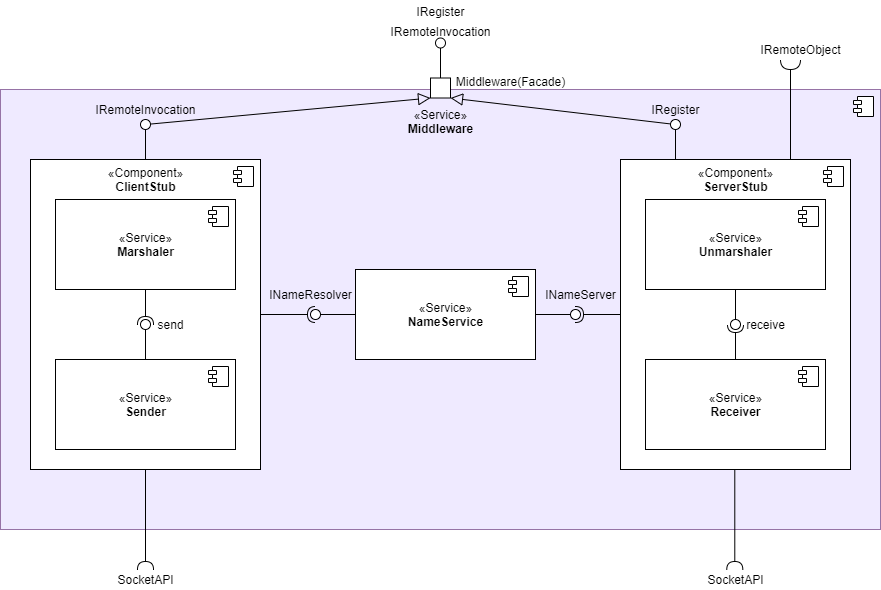
Above: Doku/images/Middleware_Ebene2.png in KjellooMelloo/gameoftrons (draw.io), before the change. Source tidied: cells renumbered, new cells last; positions are measured from the earlier drawing's top-left corner, leaving out a move shared by most shapes.
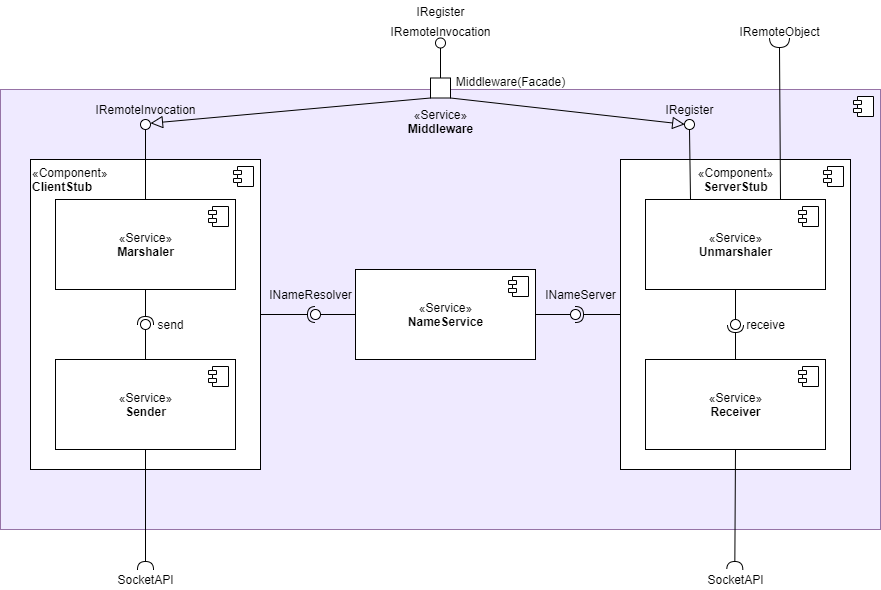
After the change.

What changed in the source:
```diff
@@ -18,7 +18,7 @@
         <mxPoint x="-27" y="7" as="offset" />
       </mxGeometry>
     </mxCell>
-    <mxCell id="6" value="«Component»&lt;br&gt;&lt;b&gt;ClientStub&lt;/b&gt;" style="html=1;strokeWidth=1;fontSize=12;verticalAlign=top;" parent="1" vertex="1">
+    <mxCell id="6" value="«Component»&lt;br&gt;&lt;b&gt;ClientStub&lt;/b&gt;" style="html=1;strokeWidth=1;fontSize=12;verticalAlign=top;align=left;" parent="1" vertex="1">
       <mxGeometry x="30" y="159" width="230" height="310" as="geometry" />
     </mxCell>
     <mxCell id="7" style="shape=component;jettyWidth=8;jettyHeight=4;" parent="6" vertex="1">
@@ -58,13 +58,13 @@
         <mxPoint x="-27" y="7" as="offset" />
       </mxGeometry>
     </mxCell>
-    <mxCell id="16" style="edgeStyle=none;rounded=0;jettySize=auto;html=1;entryX=0;entryY=1;entryDx=0;entryDy=0;endArrow=block;endFill=0;endSize=10;" parent="1" edge="1" source="17" target="50">
+    <mxCell id="16" style="edgeStyle=none;rounded=0;jettySize=auto;html=1;entryX=0.998;entryY=0.373;entryDx=0;entryDy=0;endArrow=block;endFill=0;endSize=10;exitX=0;exitY=1;exitDx=0;exitDy=0;entryPerimeter=0;" parent="1" edge="1" source="50" target="17">
       <mxGeometry relative="1" as="geometry" />
     </mxCell>
     <mxCell id="17" style="ellipse;whiteSpace=wrap;html=1;fontFamily=Helvetica;fontSize=12;fontColor=#000000;align=center;strokeColor=#000000;fillColor=#ffffff;points=[];spacing=2;strokeWidth=1;" parent="1" vertex="1">
       <mxGeometry x="140" y="119" width="10" height="10" as="geometry" />
     </mxCell>
-    <mxCell id="18" style="rounded=0;jettySize=auto;html=1;endArrow=none;endFill=0;exitX=0.5;exitY=0;exitDx=0;exitDy=0;entryX=0.5;entryY=1;entryDx=0;entryDy=0;entryPerimeter=0;" parent="1" edge="1" source="6" target="17">
+    <mxCell id="18" style="rounded=0;jettySize=auto;html=1;endArrow=none;endFill=0;exitX=0.5;exitY=0;exitDx=0;exitDy=0;entryX=0.5;entryY=1;entryDx=0;entryDy=0;entryPerimeter=0;" parent="1" edge="1" source="8" target="17">
       <mxGeometry relative="1" as="geometry" />
     </mxCell>
     <mxCell id="19" value="IRemoteInvocation" style="text;html=1;align=center;verticalAlign=middle;fontSize=12;" parent="1" vertex="1">
@@ -94,7 +94,7 @@
     <mxCell id="27" value="receive" style="text;html=1;align=center;verticalAlign=middle;fontSize=12;" parent="1" vertex="1">
       <mxGeometry x="740" y="314" width="50" height="20" as="geometry" />
     </mxCell>
-    <mxCell id="28" style="rounded=0;jettySize=auto;html=1;endArrow=halfCircle;endFill=0;endSize=6;strokeWidth=1;fontSize=12;exitX=0.5;exitY=1;exitDx=0;exitDy=0;" parent="1" edge="1" source="6">
+    <mxCell id="28" style="rounded=0;jettySize=auto;html=1;endArrow=halfCircle;endFill=0;endSize=6;strokeWidth=1;fontSize=12;exitX=0.5;exitY=1;exitDx=0;exitDy=0;" parent="1" edge="1" source="12">
       <mxGeometry relative="1" as="geometry">
         <mxPoint x="145" y="569" as="targetPoint" />
       </mxGeometry>
@@ -103,30 +103,25 @@
       <mxGeometry x="110" y="569" width="70" height="20" as="geometry" />
     </mxCell>
     <mxCell id="30" value="IRegister" style="text;html=1;align=center;verticalAlign=middle;fontSize=12;" parent="1" vertex="1">
-      <mxGeometry x="645" y="99" width="60" height="20" as="geometry" />
+      <mxGeometry x="659" y="99" width="60" height="20" as="geometry" />
     </mxCell>
-    <mxCell id="31" style="rounded=0;jettySize=auto;html=1;endArrow=none;endFill=0;exitX=0.5;exitY=0;exitDx=0;exitDy=0;entryX=0.5;entryY=1;entryDx=0;entryDy=0;entryPerimeter=0;" parent="1" edge="1" target="33">
-      <mxGeometry relative="1" as="geometry">
-        <mxPoint x="675" y="159" as="sourcePoint" />
-      </mxGeometry>
+    <mxCell id="31" style="rounded=0;jettySize=auto;html=1;endArrow=none;endFill=0;exitX=0.25;exitY=0;exitDx=0;exitDy=0;entryX=0.5;entryY=1;entryDx=0;entryDy=0;entryPerimeter=0;" parent="1" edge="1" source="10" target="33">
+      <mxGeometry relative="1" as="geometry" />
     </mxCell>
-    <mxCell id="32" style="edgeStyle=none;rounded=0;jettySize=auto;html=1;entryX=1;entryY=1;entryDx=0;entryDy=0;endArrow=block;endFill=0;endSize=10;" parent="1" edge="1" source="33" target="50">
+    <mxCell id="32" style="edgeStyle=none;rounded=0;jettySize=auto;html=1;entryX=0.02;entryY=0.484;entryDx=0;entryDy=0;endArrow=block;endFill=0;endSize=10;exitX=1;exitY=1;exitDx=0;exitDy=0;entryPerimeter=0;" parent="1" edge="1" source="50" target="33">
       <mxGeometry relative="1" as="geometry" />
     </mxCell>
     <mxCell id="33" style="ellipse;whiteSpace=wrap;html=1;fontFamily=Helvetica;fontSize=12;fontColor=#000000;align=center;strokeColor=#000000;fillColor=#ffffff;points=[];spacing=2;strokeWidth=1;" parent="1" vertex="1">
-      <mxGeometry x="670" y="119" width="10" height="10" as="geometry" />
+      <mxGeometry x="684" y="119" width="10" height="10" as="geometry" />
     </mxCell>
     <mxCell id="34" value="IRemoteObject" style="text;html=1;align=center;verticalAlign=middle;fontSize=12;" parent="1" vertex="1">
-      <mxGeometry x="750" y="39" width="100" height="20" as="geometry" />
+      <mxGeometry x="729" y="20.5" width="100" height="20" as="geometry" />
     </mxCell>
-    <mxCell id="35" style="rounded=0;orthogonalLoop=1;jettySize=auto;html=1;endArrow=none;endFill=0;exitX=0.5;exitY=0;exitDx=0;exitDy=0;entryX=0.5;entryY=1;entryDx=0;entryDy=0;entryPerimeter=0;" parent="1" edge="1">
-      <mxGeometry relative="1" as="geometry">
-        <mxPoint x="790" y="159" as="sourcePoint" />
-        <mxPoint x="790" y="69" as="targetPoint" />
-      </mxGeometry>
+    <mxCell id="35" style="rounded=0;jettySize=auto;html=1;endArrow=none;endFill=0;exitX=0.75;exitY=0;exitDx=0;exitDy=0;entryX=1;entryY=0.5;entryDx=0;entryDy=0;entryPerimeter=0;" parent="1" edge="1" source="10" target="36">
+      <mxGeometry relative="1" as="geometry" />
     </mxCell>
     <mxCell id="36" style="shape=requiredInterface;html=1;verticalLabelPosition=bottom;strokeWidth=1;fontSize=12;rotation=90;" parent="1" vertex="1">
-      <mxGeometry x="785" y="54" width="10" height="20" as="geometry" />
+      <mxGeometry x="774" y="32" width="10" height="20" as="geometry" />
     </mxCell>
     <mxCell id="37" value="SocketAPI" style="text;html=1;align=center;verticalAlign=middle;fontSize=12;" parent="1" vertex="1">
       <mxGeometry x="700" y="569" width="70" height="20" as="geometry" />
@@ -163,9 +158,8 @@
     <mxCell id="47" value="&lt;font style=&quot;font-size: 12px&quot;&gt;INameServer&lt;/font&gt;" style="text;html=1;align=center;verticalAlign=middle;fontSize=20;" parent="1" vertex="1">
       <mxGeometry x="535" y="276" width="90" height="30" as="geometry" />
     </mxCell>
-    <mxCell id="48" style="rounded=0;orthogonalLoop=1;jettySize=auto;html=1;endArrow=halfCircle;endFill=0;endSize=6;strokeWidth=1;fontSize=12;exitX=0.5;exitY=1;exitDx=0;exitDy=0;" parent="1" edge="1">
+    <mxCell id="48" style="rounded=0;jettySize=auto;html=1;endArrow=halfCircle;endFill=0;endSize=6;strokeWidth=1;fontSize=12;exitX=0.5;exitY=1;exitDx=0;exitDy=0;" parent="1" edge="1" source="14">
       <mxGeometry relative="1" as="geometry">
-        <mxPoint x="734.3" y="469" as="sourcePoint" />
         <mxPoint x="734.3" y="569" as="targetPoint" />
       </mxGeometry>
     </mxCell>
```
